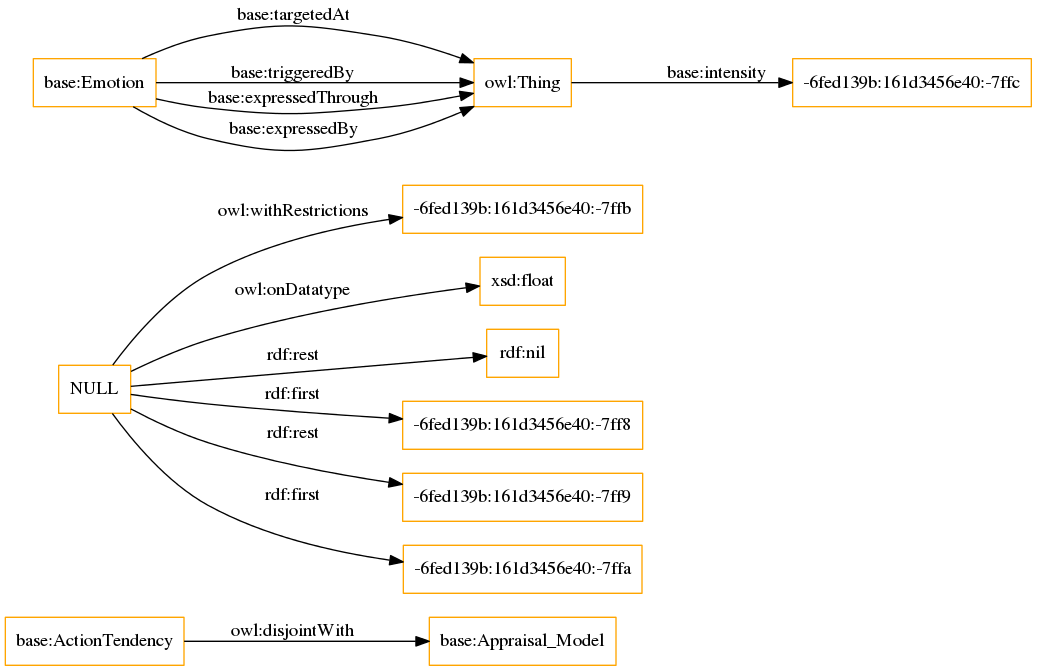
The Graphviz diagram OnToology/HEO.owl/diagrams/ar2dtool-class/HEO.owl.png in OnToologyUser/Propsed-Ontology, before a commit. Its source is kept beside it as OnToology/HEO.owl/diagrams/ar2dtool-class/HEO.owl.png.dot.
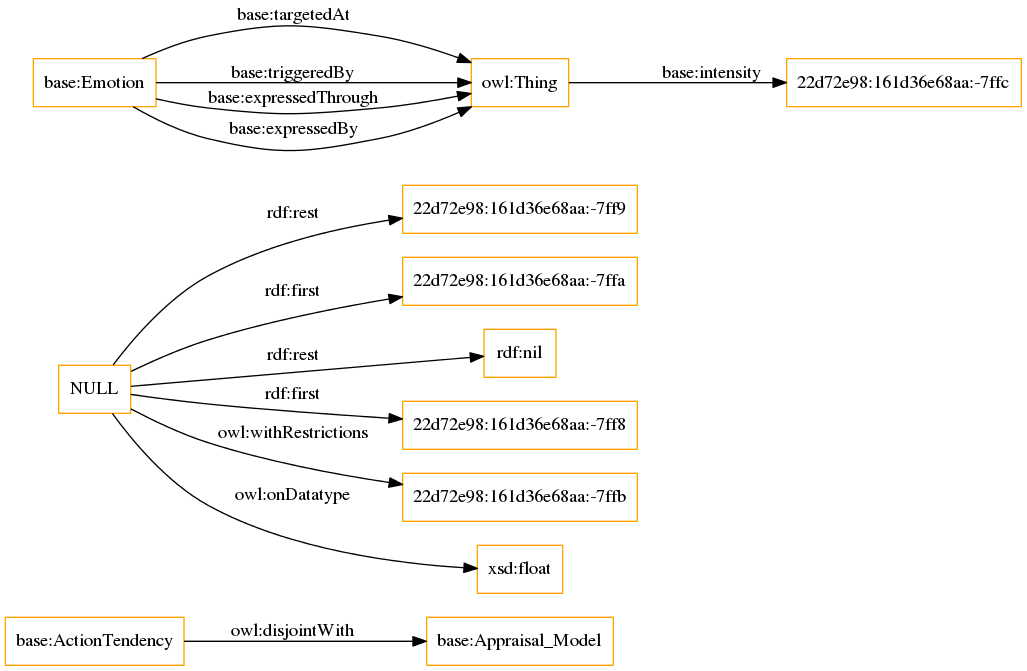
Above is the later version.

Change to the diagram source:
```diff
@@ -3,14 +3,14 @@
 size="1501"
 node [shape = rectangle, color="orange"]; "base:ActionTendency" "base:Appraisal_Model" ; /*classes style*/
 	"base:ActionTendency" -> "base:Appraisal_Model" [ label = "owl:disjointWith" ];
-	"NULL" -> "-6fed139b:161d3456e40:-7ffb" [ label = "owl:withRestrictions" ];
+	"NULL" -> "22d72e98:161d36e68aa:-7ff9" [ label = "rdf:rest" ];
+	"NULL" -> "22d72e98:161d36e68aa:-7ffa" [ label = "rdf:first" ];
+	"NULL" -> "rdf:nil" [ label = "rdf:rest" ];
+	"NULL" -> "22d72e98:161d36e68aa:-7ff8" [ label = "rdf:first" ];
+	"NULL" -> "22d72e98:161d36e68aa:-7ffb" [ label = "owl:withRestrictions" ];
 	"NULL" -> "xsd:float" [ label = "owl:onDatatype" ];
-	"NULL" -> "rdf:nil" [ label = "rdf:rest" ];
-	"NULL" -> "-6fed139b:161d3456e40:-7ff8" [ label = "rdf:first" ];
-	"NULL" -> "-6fed139b:161d3456e40:-7ff9" [ label = "rdf:rest" ];
-	"NULL" -> "-6fed139b:161d3456e40:-7ffa" [ label = "rdf:first" ];
 	"base:Emotion" -> "owl:Thing" [ label = "base:targetedAt" ];
-	"owl:Thing" -> "-6fed139b:161d3456e40:-7ffc" [ label = "base:intensity" ];
+	"owl:Thing" -> "22d72e98:161d36e68aa:-7ffc" [ label = "base:intensity" ];
 	"base:Emotion" -> "owl:Thing" [ label = "base:triggeredBy" ];
 	"base:Emotion" -> "owl:Thing" [ label = "base:expressedThrough" ];
 	"base:Emotion" -> "owl:Thing" [ label = "base:expressedBy" ];
```
